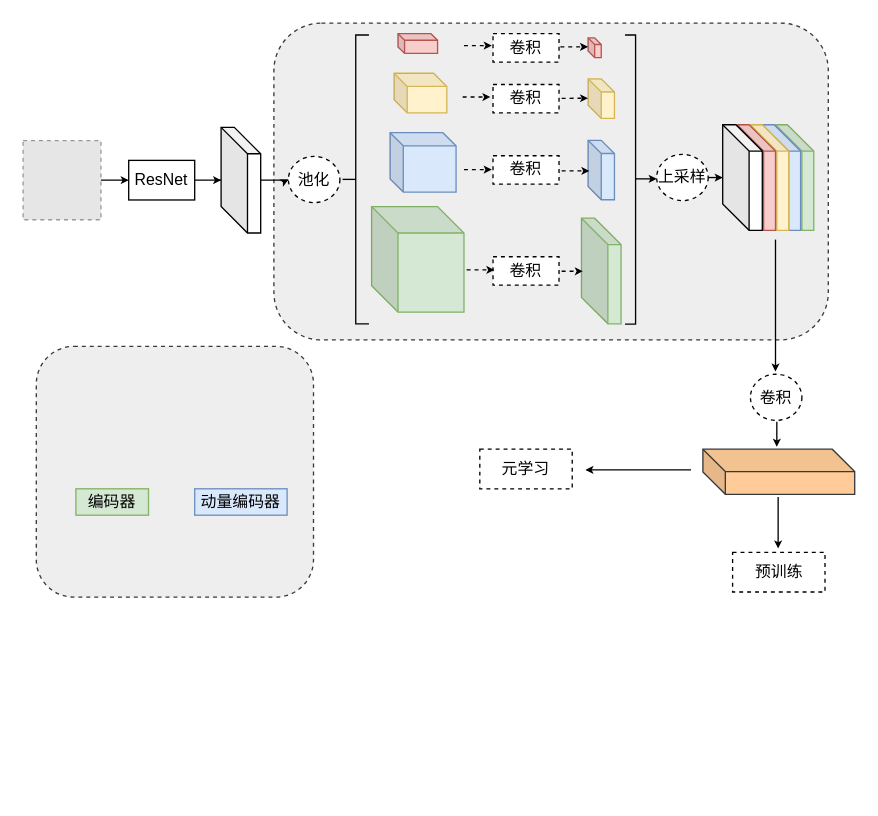
Before: 自监督具体流程图.drawio in JMYok/wx_crossLearn, a draw.io diagram. Source tidied: cells renumbered, new cells numbered last; positions are measured from the earlier drawing's top-left corner, leaving out a move shared by most shapes. Both pictures are drawn from the tidied source at 132%, with x=0, y=0 at pixel (22, 22). Pictures stored in the file or linked from it are replaced by grey dashed boxes.
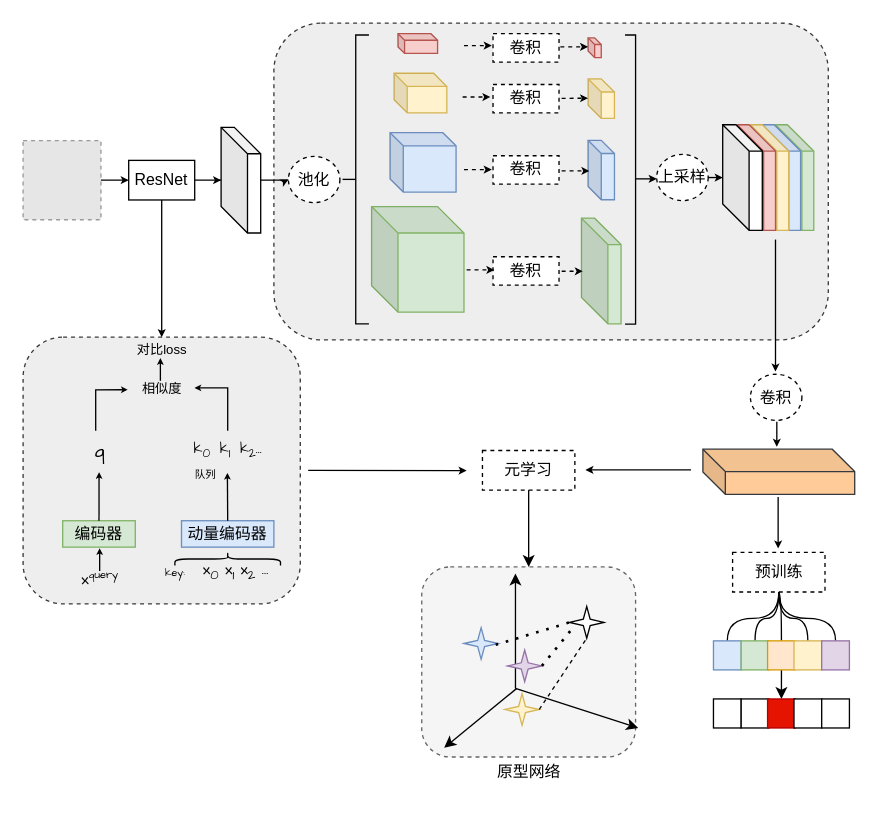
Above is the later version.

Commit message:
Update 自监督具体流程图.drawio

Unchanged cells that the change refers to:
```xml
<mxCell id="13" value="ResNet" style="rounded=0;whiteSpace=wrap;html=1;" parent="1" vertex="1">
  <mxGeometry x="80" y="104" width="50" height="30" as="geometry" />
</mxCell>
<mxCell id="44" value="预训练" style="rounded=0;whiteSpace=wrap;html=1;dashed=1;" parent="1" vertex="1">
  <mxGeometry x="537.5" y="401" width="70" height="30" as="geometry" />
</mxCell>
```

The edit, as a diff of the source:
```diff
@@
+    <mxCell id="51" style="rounded=1;whiteSpace=wrap;html=1;dashed=1;fillColor=#f5f5f5;fontColor=#333333;strokeColor=#666666;" parent="1" vertex="1">
+      <mxGeometry x="302" y="412" width="162" height="144" as="geometry" />
+    </mxCell>
+    <mxCell id="52" style="rounded=0;orthogonalLoop=1;jettySize=auto;html=1;exitX=1;exitY=0.5;exitDx=0;exitDy=0;endSize=3;" parent="1" edge="1">
+      <mxGeometry relative="1" as="geometry">
+        <mxPoint x="216" y="338.9" as="sourcePoint" />
+        <mxPoint x="336" y="339" as="targetPoint" />
+      </mxGeometry>
+    </mxCell>
     <mxCell id="2" style="rounded=1;whiteSpace=wrap;html=1;dashed=1;fillColor=#eeeeee;strokeColor=#36393d;" parent="1" vertex="1">
-      <mxGeometry x="10" y="244.9" width="210" height="190" as="geometry" />
+      <mxGeometry y="237.9" width="210" height="202.1" as="geometry" />
     </mxCell>
@@
+    <mxCell id="53" style="rounded=0;jettySize=auto;html=1;exitX=0.5;exitY=1;exitDx=0;exitDy=0;entryX=0.5;entryY=0;entryDx=0;entryDy=0;endSize=3;" parent="1" edge="1" source="13" target="2">
+      <mxGeometry relative="1" as="geometry" />
+    </mxCell>
@@
+    <mxCell id="54" style="edgeStyle=orthogonalEdgeStyle;rounded=0;jettySize=auto;html=1;exitX=0.5;exitY=1;exitDx=0;exitDy=0;entryX=0.5;entryY=0;entryDx=0;entryDy=0;curved=1;endArrow=none;startFill=0;" parent="1" edge="1" source="44" target="87">
+      <mxGeometry relative="1" as="geometry" />
+    </mxCell>
+    <mxCell id="55" style="edgeStyle=orthogonalEdgeStyle;rounded=0;jettySize=auto;html=1;entryX=0.5;entryY=0;entryDx=0;entryDy=0;curved=1;endArrow=none;startFill=0;" parent="1" edge="1" source="44" target="86">
+      <mxGeometry relative="1" as="geometry" />
+    </mxCell>
+    <mxCell id="56" style="edgeStyle=orthogonalEdgeStyle;rounded=0;jettySize=auto;html=1;exitX=0.5;exitY=1;exitDx=0;exitDy=0;entryX=0.5;entryY=0;entryDx=0;entryDy=0;curved=1;endArrow=none;startFill=0;" parent="1" edge="1" source="44" target="89">
+      <mxGeometry relative="1" as="geometry" />
+    </mxCell>
+    <mxCell id="57" style="edgeStyle=orthogonalEdgeStyle;rounded=0;jettySize=auto;html=1;exitX=0.5;exitY=1;exitDx=0;exitDy=0;entryX=0.5;entryY=0;entryDx=0;entryDy=0;curved=1;endArrow=none;startFill=0;" parent="1" edge="1" source="44" target="90">
+      <mxGeometry relative="1" as="geometry" />
+    </mxCell>
+    <mxCell id="58" style="edgeStyle=orthogonalEdgeStyle;rounded=0;jettySize=auto;html=1;exitX=0.5;exitY=1;exitDx=0;exitDy=0;entryX=0.5;entryY=0;entryDx=0;entryDy=0;curved=1;endArrow=none;startFill=0;" parent="1" edge="1" source="44" target="91">
+      <mxGeometry relative="1" as="geometry" />
+    </mxCell>
@@
+    <mxCell id="59" style="rounded=0;jettySize=auto;html=1;exitX=0.5;exitY=1;exitDx=0;exitDy=0;entryX=0.5;entryY=0;entryDx=0;entryDy=0;" parent="1" edge="1" source="47" target="51">
+      <mxGeometry relative="1" as="geometry" />
+    </mxCell>
     <mxCell id="47" value="元学习" style="rounded=0;whiteSpace=wrap;html=1;dashed=1;" parent="1" vertex="1">
-      <mxGeometry x="346" y="322.8" width="70" height="30" as="geometry" />
+      <mxGeometry x="348" y="323.8" width="70" height="30" as="geometry" />
     </mxCell>
@@
     <mxCell id="49" value="编码器" style="rounded=0;whiteSpace=wrap;html=1;fillColor=#d5e8d4;strokeColor=#82b366;" parent="1" vertex="1">
-      <mxGeometry x="40" y="352.8" width="55" height="20" as="geometry" />
+      <mxGeometry x="30" y="377" width="55" height="20" as="geometry" />
     </mxCell>
     <mxCell id="50" value="动量编码器" style="rounded=0;whiteSpace=wrap;html=1;fillColor=#dae8fc;strokeColor=#6c8ebf;" parent="1" vertex="1">
-      <mxGeometry x="130" y="352.8" width="70" height="20" as="geometry" />
+      <mxGeometry x="120" y="377" width="70" height="20" as="geometry" />
     </mxCell>
+    <mxCell id="60" value="&lt;font style=&quot;font-size: 15px;&quot;&gt;q&lt;/font&gt;" style="text;html=1;align=center;verticalAlign=middle;points=[];strokeColor=none;fillColor=none;fontFamily=Comic Sans MS;" parent="1" vertex="1">
+      <mxGeometry x="42.5" y="308.8" width="30" height="30" as="geometry" />
+    </mxCell>
+    <mxCell id="61" style="edgeStyle=orthogonalEdgeStyle;rounded=0;jettySize=auto;html=1;exitX=0.5;exitY=0;exitDx=0;exitDy=0;entryX=0.502;entryY=1.047;entryDx=0;entryDy=0;entryPerimeter=0;endSize=2;" parent="1" edge="1" source="49" target="60">
+      <mxGeometry relative="1" as="geometry" />
+    </mxCell>
+    <mxCell id="62" value="相似度" style="text;html=1;align=center;verticalAlign=middle;points=[];strokeColor=none;fillColor=none;fontSize=10;" parent="1" vertex="1">
+      <mxGeometry x="80" y="262" width="50" height="30" as="geometry" />
+    </mxCell>
+    <mxCell id="63" style="rounded=0;jettySize=auto;html=1;entryX=-0.015;entryY=0.525;entryDx=0;entryDy=0;entryPerimeter=0;edgeStyle=orthogonalEdgeStyle;endSize=2;" parent="1" edge="1" source="60" target="62">
+      <mxGeometry relative="1" as="geometry">
+        <Array as="points">
+          <mxPoint x="55" y="278" />
+        </Array>
+      </mxGeometry>
+    </mxCell>
+    <mxCell id="64" value="&lt;span&gt;k&lt;sub&gt;0&amp;nbsp;&amp;nbsp;&lt;/sub&gt;k&lt;sub&gt;1&amp;nbsp;&amp;nbsp;&lt;/sub&gt;k&lt;/span&gt;&lt;span&gt;&lt;sub&gt;2&lt;/sub&gt;&lt;/span&gt;&lt;span&gt;...&lt;/span&gt;" style="text;html=1;align=center;verticalAlign=middle;points=[];strokeColor=none;fillColor=none;fontFamily=Comic Sans MS;fontSize=11;" parent="1" vertex="1">
+      <mxGeometry x="115" y="308.8" width="80" height="30" as="geometry" />
+    </mxCell>
+    <mxCell id="65" style="rounded=0;jettySize=auto;html=1;exitX=0.5;exitY=0;exitDx=0;exitDy=0;entryX=0.497;entryY=1.065;entryDx=0;entryDy=0;entryPerimeter=0;endSize=2;" parent="1" edge="1" source="50" target="64">
+      <mxGeometry relative="1" as="geometry" />
+    </mxCell>
+    <mxCell id="66" value="队列" style="text;html=1;align=center;verticalAlign=middle;strokeColor=none;fillColor=none;fontSize=8;" parent="1" vertex="1">
+      <mxGeometry x="118" y="331.8" width="40" height="20" as="geometry" />
+    </mxCell>
+    <mxCell id="67" style="edgeStyle=orthogonalEdgeStyle;rounded=0;jettySize=auto;html=1;entryX=0.997;entryY=0.479;entryDx=0;entryDy=0;entryPerimeter=0;endSize=2;" parent="1" edge="1" source="64" target="62">
+      <mxGeometry relative="1" as="geometry" />
+    </mxCell>
+    <mxCell id="68" value="对比loss" style="text;html=1;align=center;verticalAlign=middle;strokeColor=none;fillColor=none;fontSize=10;" parent="1" vertex="1">
+      <mxGeometry x="75" y="232" width="60" height="30" as="geometry" />
+    </mxCell>
+    <mxCell id="69" style="endArrow=classic;html=1;rounded=0;endSize=2;" parent="1" edge="1">
+      <mxGeometry relative="1" as="geometry">
+        <mxPoint x="104" y="271" as="sourcePoint" />
+        <mxPoint x="104" y="253.8" as="targetPoint" />
+      </mxGeometry>
+    </mxCell>
+    <mxCell id="70" style="endArrow=classic;html=1;rounded=0;endSize=2;" parent="1" edge="1">
+      <mxGeometry relative="1" as="geometry">
+        <mxPoint x="58" y="415" as="sourcePoint" />
+        <mxPoint x="58" y="397.8" as="targetPoint" />
+      </mxGeometry>
+    </mxCell>
+    <mxCell id="71" value="x&lt;span style=&quot;font-size: 10px;&quot;&gt;&lt;sup&gt;query&lt;/sup&gt;&lt;/span&gt;" style="text;html=1;align=center;verticalAlign=middle;strokeColor=none;fillColor=none;fontFamily=Comic Sans MS;" parent="1" vertex="1">
+      <mxGeometry x="32.5" y="406" width="50" height="30" as="geometry" />
+    </mxCell>
+    <mxCell id="72" style="shape=curlyBracket;whiteSpace=wrap;html=1;rounded=1;labelPosition=left;verticalLabelPosition=middle;align=right;verticalAlign=middle;direction=south;" parent="1" vertex="1">
+      <mxGeometry x="115" y="401" width="80" height="10" as="geometry" />
+    </mxCell>
+    <mxCell id="73" value="x&lt;sub&gt;0&lt;/sub&gt; x&lt;sub&gt;1&lt;/sub&gt; x&lt;sub&gt;2&lt;/sub&gt; ..." style="text;html=1;align=center;verticalAlign=middle;strokeColor=none;fillColor=none;fontFamily=Comic Sans MS;" parent="1" vertex="1">
+      <mxGeometry x="121" y="401" width="80" height="30" as="geometry" />
+    </mxCell>
+    <mxCell id="74" value="key:" style="text;html=1;align=center;verticalAlign=middle;strokeColor=none;fillColor=none;fontFamily=Comic Sans MS;fontSize=8;" parent="1" vertex="1">
+      <mxGeometry x="95" y="406" width="40" height="20" as="geometry" />
+    </mxCell>
+    <mxCell id="75" style="endArrow=classic;html=1;rounded=0;" parent="1" edge="1">
+      <mxGeometry relative="1" as="geometry">
+        <mxPoint x="373" y="504" as="sourcePoint" />
+        <mxPoint x="373" y="417" as="targetPoint" />
+      </mxGeometry>
+    </mxCell>
+    <mxCell id="76" style="endArrow=classic;html=1;rounded=0;" parent="1" edge="1">
+      <mxGeometry relative="1" as="geometry">
+        <mxPoint x="373" y="504" as="sourcePoint" />
+        <mxPoint x="466" y="534" as="targetPoint" />
+      </mxGeometry>
+    </mxCell>
+    <mxCell id="77" style="endArrow=classic;html=1;rounded=0;" parent="1" edge="1">
+      <mxGeometry relative="1" as="geometry">
+        <mxPoint x="374" y="504" as="sourcePoint" />
+        <mxPoint x="319" y="549" as="targetPoint" />
+      </mxGeometry>
+    </mxCell>
+    <mxCell id="78" style="verticalLabelPosition=bottom;verticalAlign=top;html=1;shape=mxgraph.basic.4_point_star_2;dx=0.8;fillColor=#dae8fc;strokeColor=#6c8ebf;" parent="1" vertex="1">
+      <mxGeometry x="334" y="458" width="26" height="24" as="geometry" />
+    </mxCell>
+    <mxCell id="79" style="verticalLabelPosition=bottom;verticalAlign=top;html=1;shape=mxgraph.basic.4_point_star_2;dx=0.8;fillColor=#fff2cc;strokeColor=#d6b656;" parent="1" vertex="1">
+      <mxGeometry x="365" y="508" width="26" height="24" as="geometry" />
+    </mxCell>
+    <mxCell id="80" style="verticalLabelPosition=bottom;verticalAlign=top;html=1;shape=mxgraph.basic.4_point_star_2;dx=0.8;fillColor=#e1d5e7;strokeColor=#9673a6;" parent="1" vertex="1">
+      <mxGeometry x="367" y="475" width="26" height="24" as="geometry" />
+    </mxCell>
+    <mxCell id="81" style="verticalLabelPosition=bottom;verticalAlign=top;html=1;shape=mxgraph.basic.4_point_star_2;dx=0.8;" parent="1" vertex="1">
+      <mxGeometry x="414" y="442" width="26" height="24" as="geometry" />
+    </mxCell>
+    <mxCell id="82" style="endArrow=none;dashed=1;html=1;dashPattern=1 3;strokeWidth=2;rounded=0;entryX=0;entryY=0.5;entryDx=0;entryDy=0;entryPerimeter=0;" parent="1" edge="1" target="81">
+      <mxGeometry relative="1" as="geometry">
+        <mxPoint x="358" y="471" as="sourcePoint" />
+      </mxGeometry>
+    </mxCell>
+    <mxCell id="83" style="endArrow=none;dashed=1;html=1;dashPattern=1 3;strokeWidth=2;rounded=0;entryX=0;entryY=0.5;entryDx=0;entryDy=0;entryPerimeter=0;exitX=1;exitY=0.5;exitDx=0;exitDy=0;exitPerimeter=0;" parent="1" edge="1" source="80">
+      <mxGeometry relative="1" as="geometry">
+        <mxPoint x="415" y="460" as="targetPoint" />
+      </mxGeometry>
+    </mxCell>
+    <mxCell id="84" style="rounded=0;jettySize=auto;html=1;exitX=1;exitY=0.5;exitDx=0;exitDy=0;exitPerimeter=0;entryX=0.5;entryY=1;entryDx=0;entryDy=0;entryPerimeter=0;dashed=1;endArrow=none;startFill=0;" parent="1" edge="1" source="79" target="81">
+      <mxGeometry relative="1" as="geometry" />
+    </mxCell>
+    <mxCell id="85" value="原型网络" style="text;html=1;align=center;verticalAlign=middle;strokeColor=none;fillColor=none;" parent="1" vertex="1">
+      <mxGeometry x="348" y="553" width="70" height="30" as="geometry" />
+    </mxCell>
+    <mxCell id="86" style="rounded=0;whiteSpace=wrap;html=1;fillColor=#dae8fc;strokeColor=#6c8ebf;" parent="1" vertex="1">
+      <mxGeometry x="523" y="468" width="21" height="22" as="geometry" />
+    </mxCell>
+    <mxCell id="87" style="rounded=0;whiteSpace=wrap;html=1;fillColor=#d5e8d4;strokeColor=#82b366;" parent="1" vertex="1">
+      <mxGeometry x="544" y="468" width="21" height="22" as="geometry" />
+    </mxCell>
+    <mxCell id="88" style="edgeStyle=orthogonalEdgeStyle;rounded=0;jettySize=auto;html=1;exitX=0.5;exitY=1;exitDx=0;exitDy=0;entryX=0.5;entryY=0;entryDx=0;entryDy=0;" parent="1" edge="1" source="89" target="94">
+      <mxGeometry relative="1" as="geometry" />
+    </mxCell>
+    <mxCell id="89" style="rounded=0;whiteSpace=wrap;html=1;fillColor=#ffe6cc;strokeColor=#d79b00;" parent="1" vertex="1">
+      <mxGeometry x="564" y="468" width="21" height="22" as="geometry" />
+    </mxCell>
+    <mxCell id="90" style="rounded=0;whiteSpace=wrap;html=1;fillColor=#fff2cc;strokeColor=#d6b656;" parent="1" vertex="1">
+      <mxGeometry x="584" y="468" width="21" height="22" as="geometry" />
+    </mxCell>
+    <mxCell id="91" style="rounded=0;whiteSpace=wrap;html=1;fillColor=#e1d5e7;strokeColor=#9673a6;" parent="1" vertex="1">
+      <mxGeometry x="605" y="468" width="21" height="22" as="geometry" />
+    </mxCell>
+    <mxCell id="92" style="rounded=0;whiteSpace=wrap;html=1;" parent="1" vertex="1">
+      <mxGeometry x="523" y="512" width="21" height="22" as="geometry" />
+    </mxCell>
+    <mxCell id="93" style="rounded=0;whiteSpace=wrap;html=1;" parent="1" vertex="1">
+      <mxGeometry x="544" y="512" width="21" height="22" as="geometry" />
+    </mxCell>
+    <mxCell id="94" style="rounded=0;whiteSpace=wrap;html=1;fillColor=#e51400;strokeColor=#B20000;fontColor=#ffffff;" parent="1" vertex="1">
+      <mxGeometry x="564" y="512" width="21" height="22" as="geometry" />
+    </mxCell>
+    <mxCell id="95" style="rounded=0;whiteSpace=wrap;html=1;" parent="1" vertex="1">
+      <mxGeometry x="584" y="512" width="21" height="22" as="geometry" />
+    </mxCell>
+    <mxCell id="96" style="rounded=0;whiteSpace=wrap;html=1;" parent="1" vertex="1">
+      <mxGeometry x="605" y="512" width="21" height="22" as="geometry" />
+    </mxCell>
```
